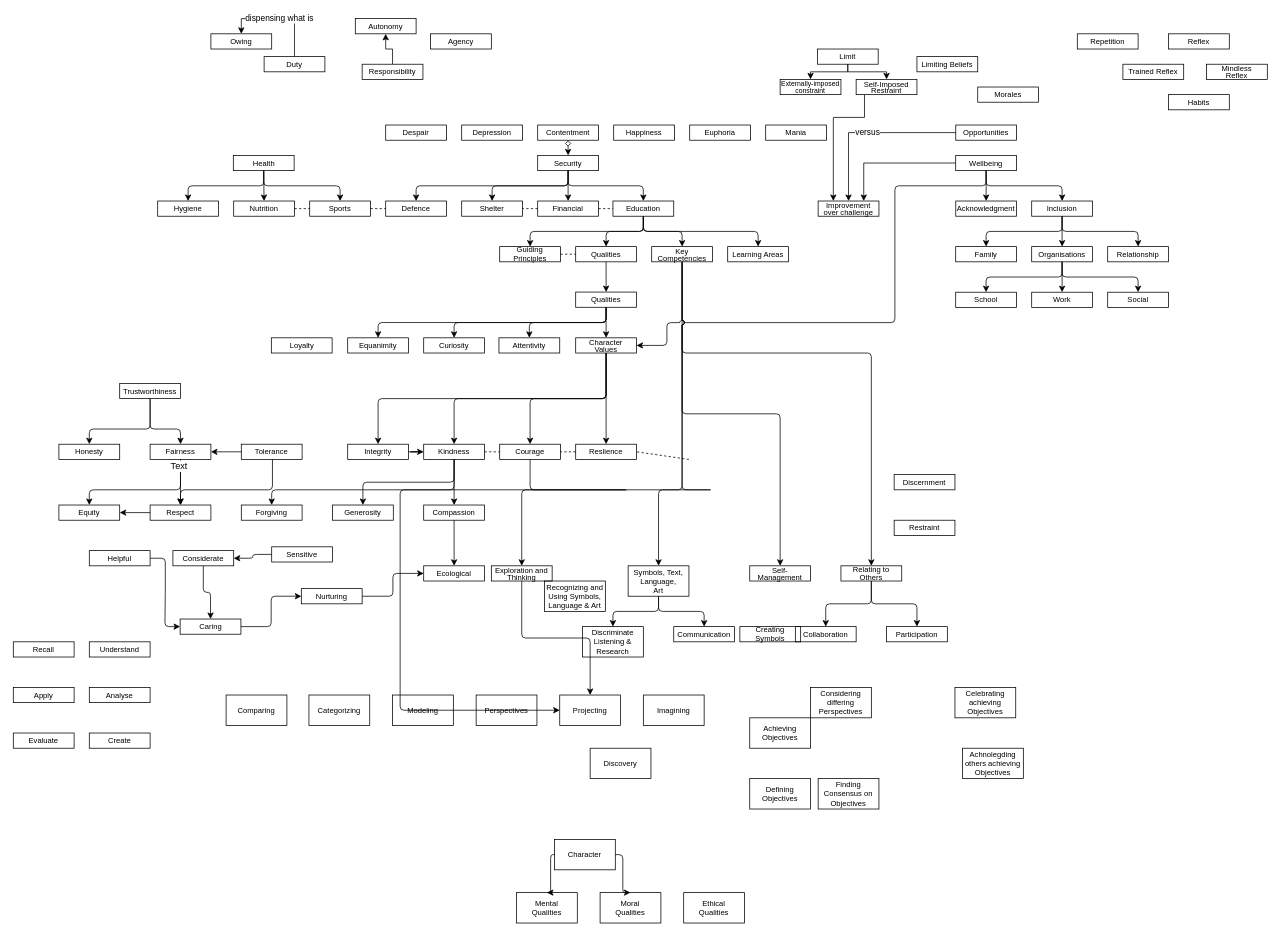
This is page "Page-5" (7 of 8) of 97.Resources/Diagrams/12.Persons/00.Ethics.drawio from skysgh/SysDelivery.Guidance, a draw.io file, before an edit. Source tidied: cells renumbered, new cells numbered last; positions are measured from the earlier drawing's top-left corner, leaving out a move shared by most shapes. Both pictures are drawn from the tidied source at 76%, with x=0, y=0 at pixel (-2, 18).
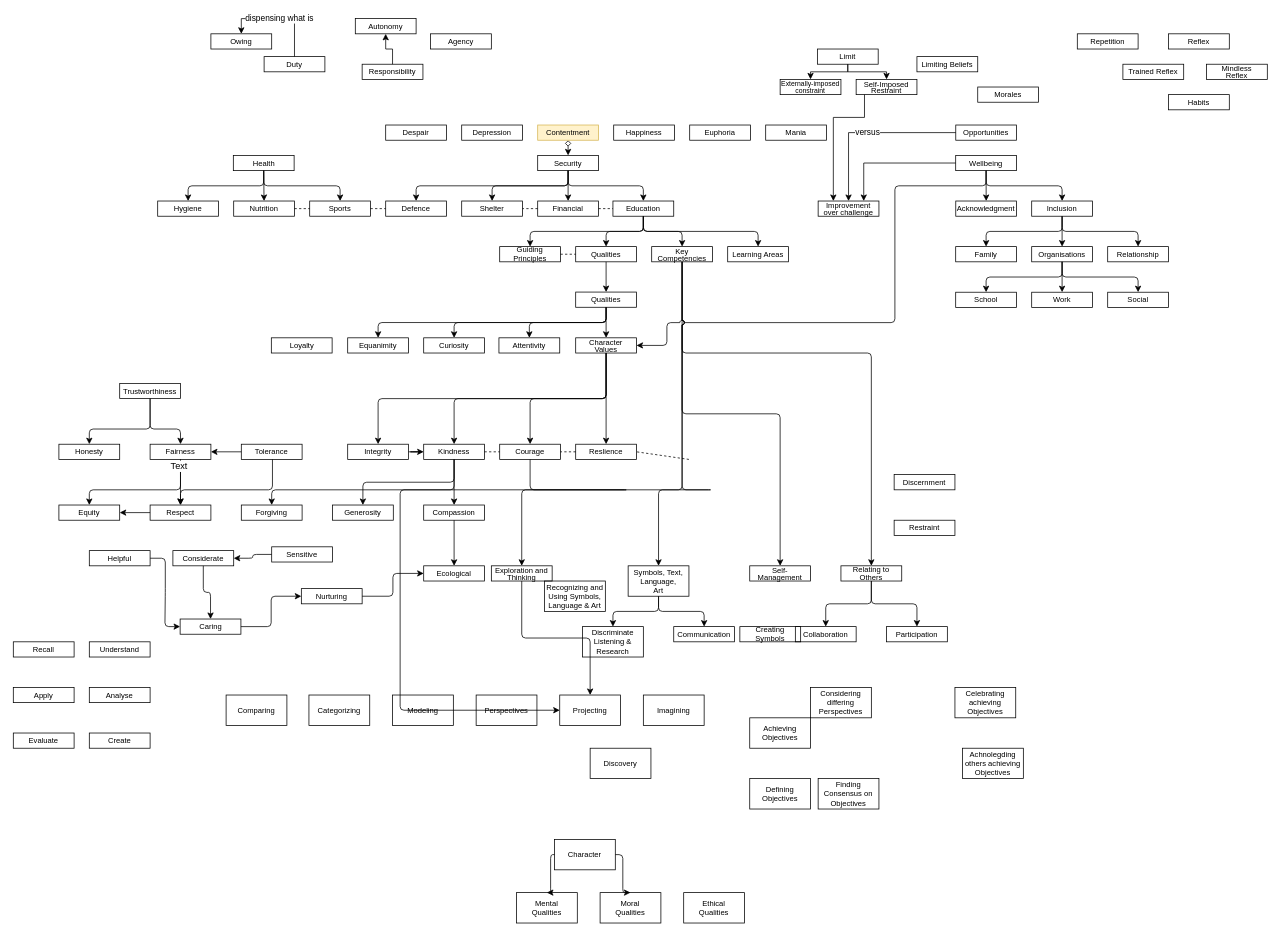
Above is the later version.

Diff of the diagram source:
```diff
@@
-    <mxCell id="5" value="Contentment" style="rounded=0;whiteSpace=wrap;html=1;fillColor=none;fontSize=10;" parent="1" vertex="1">
+    <mxCell id="5" value="Contentment" style="rounded=0;whiteSpace=wrap;html=1;fillColor=#fff2cc;fontSize=10;strokeColor=#d6b656;" parent="1" vertex="1">
       <mxGeometry x="710" y="140" width="80" height="20" as="geometry" />
     </mxCell>
```
